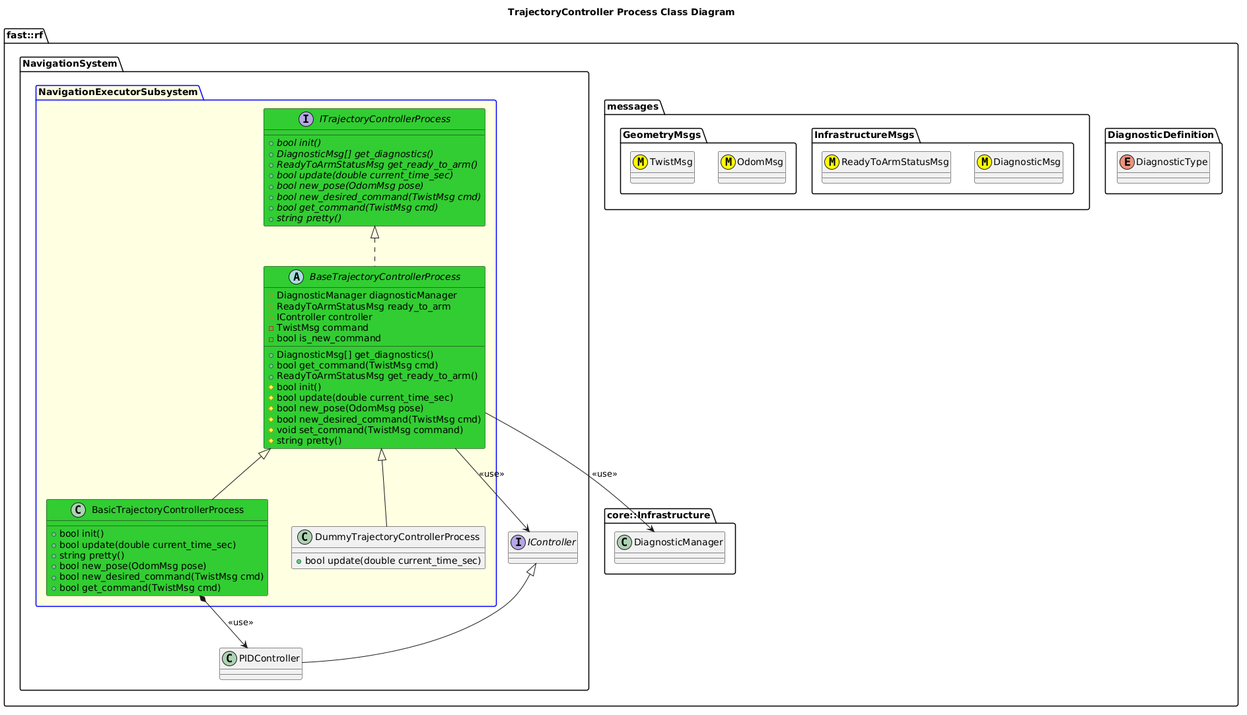
This is Systems/Navigation/Subsystems/NavigationExecutor/Processes/TrajectoryController/doc/puml/TrajectoryControllerProcessClassDiagram.png from fastrobotics/robot_framework, a PlantUML export, as it was before one commit.
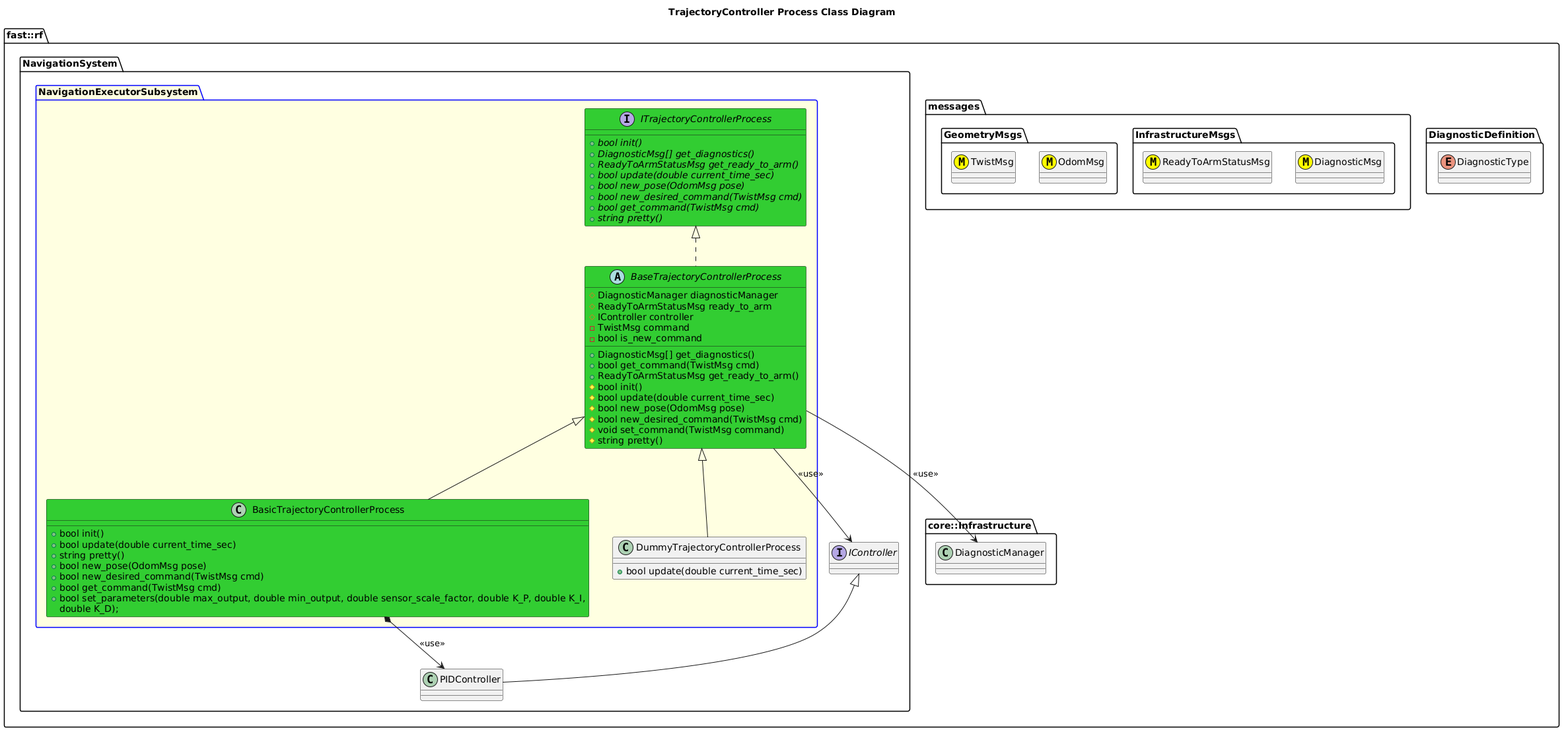
Later version of the same file.

What changed in the source:
```diff
@@ -60,6 +60,8 @@
           +bool new_pose(OdomMsg pose)
           +bool new_desired_command(TwistMsg cmd)
           +bool get_command(TwistMsg cmd)
+          +bool set_parameters(double max_output, double min_output, double sensor_scale_factor, double K_P, double K_I,
+                            double K_D);
 
         }
         BasicTrajectoryControllerProcess -up-|> BaseTrajectoryControllerProcess
```
